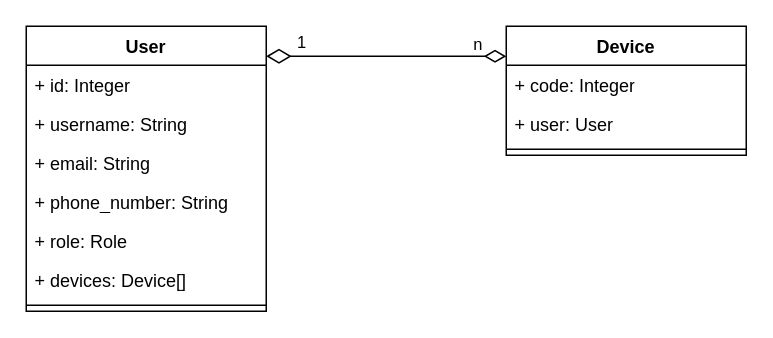
The draw.io diagram backend.drawio in BlenDMinh/TinyGuard, before the edit. Source tidied: cells renumbered, new cells numbered last; positions are measured from the earlier drawing's top-left corner, leaving out a move shared by most shapes. Both pictures are drawn from the tidied source at 150%, with x=0, y=0 at pixel (26, 26).
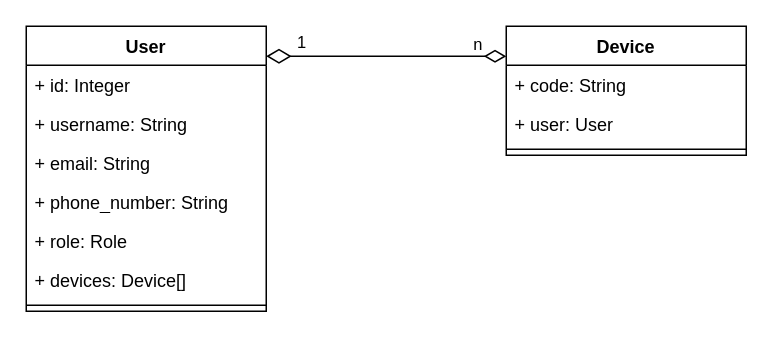
Above is the later version.

Diff of the diagram source:
```diff
@@
 <mxGraphModel>
   <root>
     <mxCell id="0" />
     <mxCell id="1" parent="0" />
     <mxCell id="2" value="User&lt;br&gt;" style="swimlane;fontStyle=1;align=center;verticalAlign=top;horizontal=1;startSize=26;whiteSpace=wrap;html=1;" parent="1" vertex="1">
       <mxGeometry width="160" height="190" as="geometry" />
     </mxCell>
     <mxCell id="3" value="+ id: Integer" style="text;strokeColor=none;fillColor=none;align=left;verticalAlign=top;spacingLeft=4;spacingRight=4;overflow=hidden;whiteSpace=wrap;html=1;" parent="2" vertex="1">
       <mxGeometry y="26" width="160" height="26" as="geometry" />
     </mxCell>
     <mxCell id="4" value="+ username: String" style="text;strokeColor=none;fillColor=none;align=left;verticalAlign=top;spacingLeft=4;spacingRight=4;overflow=hidden;whiteSpace=wrap;html=1;" parent="2" vertex="1">
       <mxGeometry y="52" width="160" height="26" as="geometry" />
     </mxCell>
     <mxCell id="5" value="+ email: String" style="text;strokeColor=none;fillColor=none;align=left;verticalAlign=top;spacingLeft=4;spacingRight=4;overflow=hidden;whiteSpace=wrap;html=1;" parent="2" vertex="1">
       <mxGeometry y="78" width="160" height="26" as="geometry" />
     </mxCell>
     <mxCell id="6" value="+ phone_number: String" style="text;strokeColor=none;fillColor=none;align=left;verticalAlign=top;spacingLeft=4;spacingRight=4;overflow=hidden;whiteSpace=wrap;html=1;" parent="2" vertex="1">
       <mxGeometry y="104" width="160" height="26" as="geometry" />
     </mxCell>
     <mxCell id="7" value="+ role: Role" style="text;strokeColor=none;fillColor=none;align=left;verticalAlign=top;spacingLeft=4;spacingRight=4;overflow=hidden;whiteSpace=wrap;html=1;" parent="2" vertex="1">
       <mxGeometry y="130" width="160" height="26" as="geometry" />
     </mxCell>
     <mxCell id="8" value="+ devices: Device[]" style="text;strokeColor=none;fillColor=none;align=left;verticalAlign=top;spacingLeft=4;spacingRight=4;overflow=hidden;whiteSpace=wrap;html=1;" parent="2" vertex="1">
       <mxGeometry y="156" width="160" height="26" as="geometry" />
     </mxCell>
     <mxCell id="9" style="line;strokeWidth=1;fillColor=none;align=left;verticalAlign=middle;spacingTop=-1;spacingLeft=3;spacingRight=3;labelPosition=right;strokeColor=inherit;" parent="2" vertex="1">
       <mxGeometry y="182" width="160" height="8" as="geometry" />
     </mxCell>
     <mxCell id="10" value="Device" style="swimlane;fontStyle=1;align=center;verticalAlign=top;horizontal=1;startSize=26;whiteSpace=wrap;html=1;" parent="1" vertex="1">
       <mxGeometry x="320" width="160" height="86" as="geometry" />
     </mxCell>
-    <mxCell id="11" value="+ code: Integer" style="text;strokeColor=none;fillColor=none;align=left;verticalAlign=top;spacingLeft=4;spacingRight=4;overflow=hidden;whiteSpace=wrap;html=1;" parent="10" vertex="1">
+    <mxCell id="11" value="+ code: String" style="text;strokeColor=none;fillColor=none;align=left;verticalAlign=top;spacingLeft=4;spacingRight=4;overflow=hidden;whiteSpace=wrap;html=1;" parent="10" vertex="1">
       <mxGeometry y="26" width="160" height="26" as="geometry" />
     </mxCell>
     <mxCell id="12" value="+ user: User" style="text;strokeColor=none;fillColor=none;align=left;verticalAlign=top;spacingLeft=4;spacingRight=4;overflow=hidden;whiteSpace=wrap;html=1;" parent="10" vertex="1">
       <mxGeometry y="52" width="160" height="26" as="geometry" />
     </mxCell>
     <mxCell id="13" style="line;strokeWidth=1;fillColor=none;align=left;verticalAlign=middle;spacingTop=-1;spacingLeft=3;spacingRight=3;labelPosition=right;strokeColor=inherit;" parent="10" vertex="1">
       <mxGeometry y="78" width="160" height="8" as="geometry" />
     </mxCell>
     <mxCell id="14" value="1" style="endArrow=diamondThin;html=1;endSize=12;startArrow=diamondThin;startSize=14;startFill=0;edgeStyle=orthogonalEdgeStyle;align=left;verticalAlign=bottom;rounded=0;endFill=0;" parent="1" edge="1">
       <mxGeometry x="-0.76" relative="1" as="geometry">
         <mxPoint x="160" y="20" as="sourcePoint" />
         <mxPoint x="320" y="20" as="targetPoint" />
       </mxGeometry>
     </mxCell>
     <mxCell id="15" value="n" style="edgeLabel;html=1;align=center;verticalAlign=middle;" parent="14" vertex="1">
       <mxGeometry x="0.77" y="2" relative="1" as="geometry">
         <mxPoint x="-2" y="-7" as="offset" />
       </mxGeometry>
     </mxCell>
   </root>
 </mxGraphModel>
```
